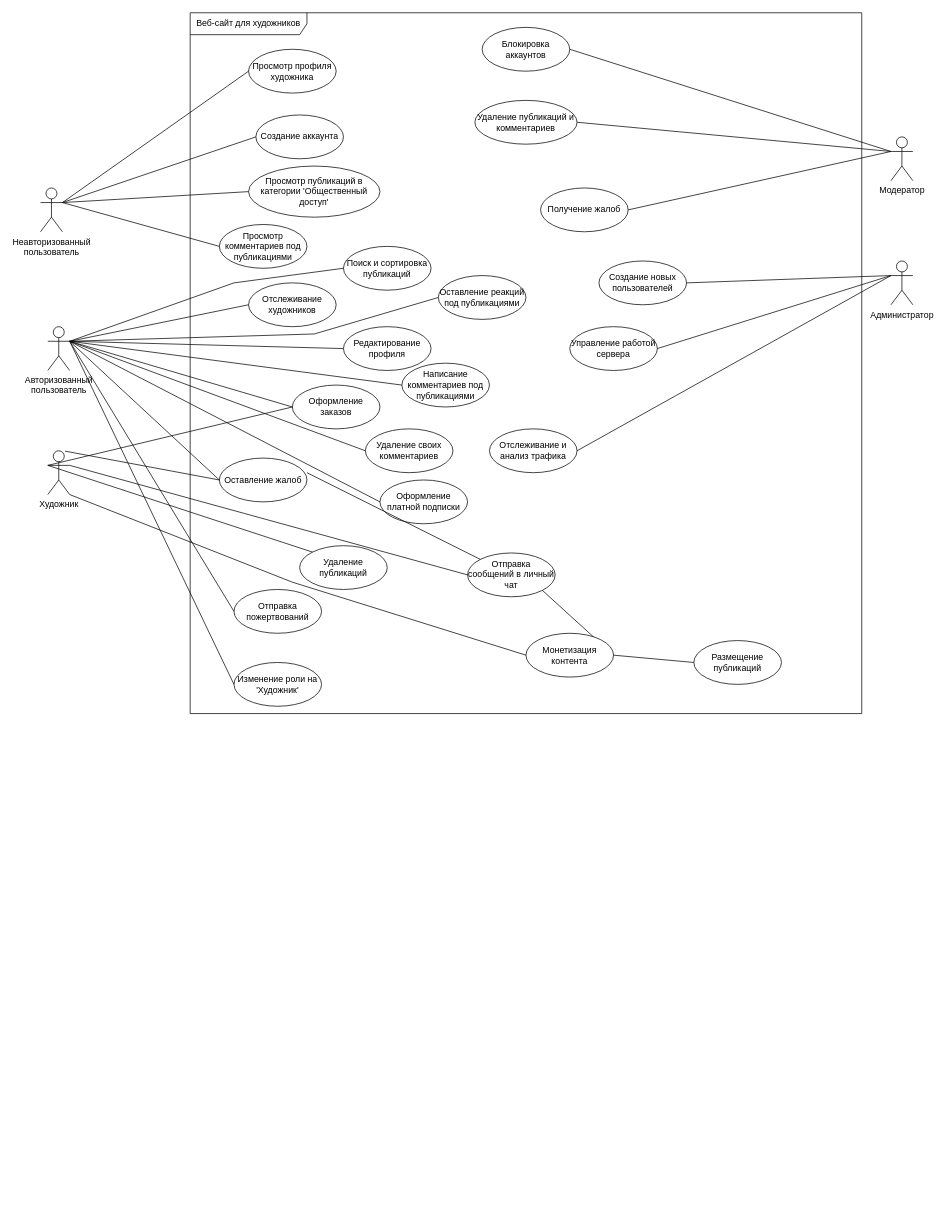
The draw.io diagram Diagrams/UseCaseNew.drawio in Laefye/neospiartion, before the edit. Source tidied: cells renumbered, new cells numbered last; positions are measured from the earlier drawing's top-left corner, leaving out a move shared by most shapes. Both pictures are drawn from the tidied source at 73%, with x=0, y=0 at pixel (40, 12).
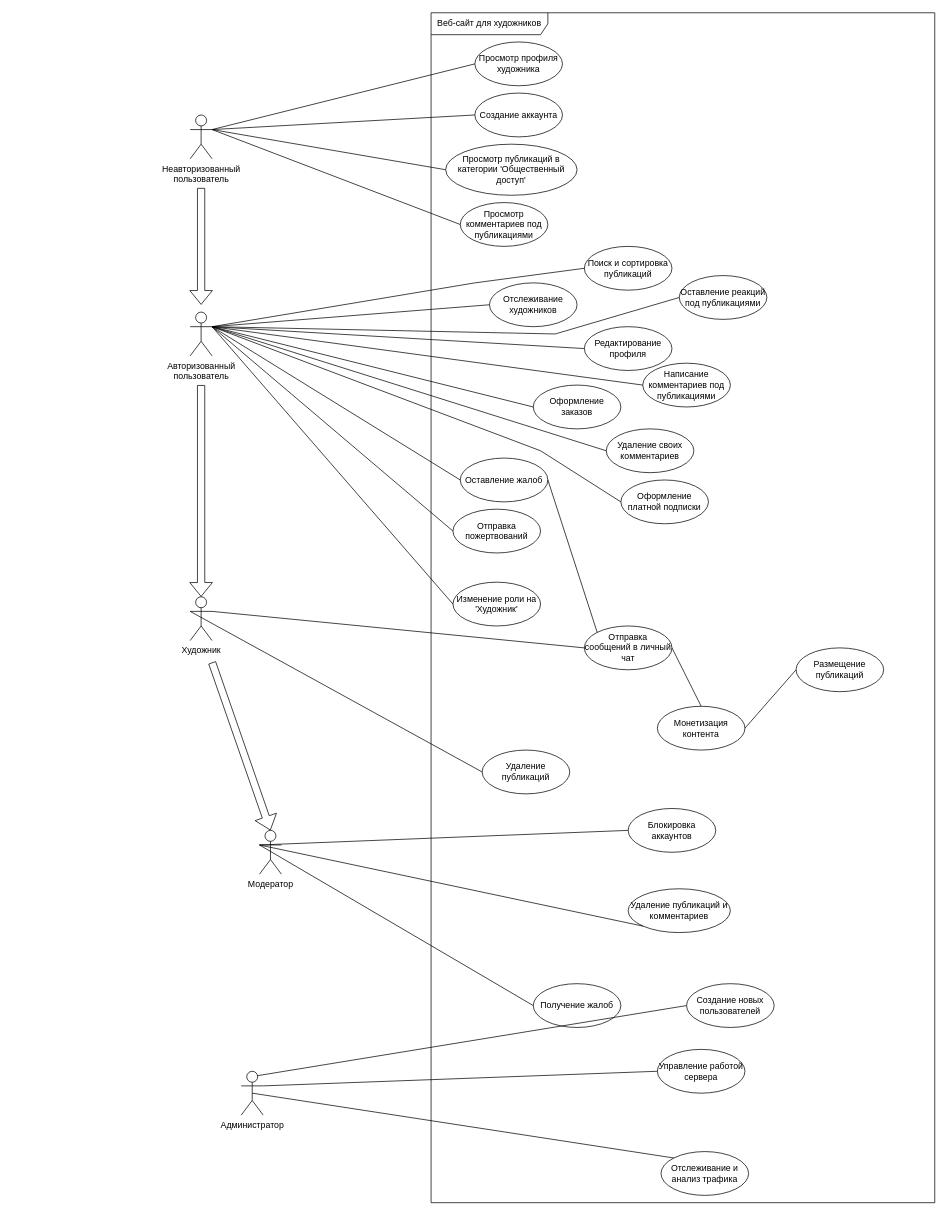
Above is the later version.

Unchanged cells that the change refers to:
```xml
<mxCell id="13" value="Оформление платной подписки" style="ellipse;whiteSpace=wrap;html=1;" parent="7" vertex="1">
  <mxGeometry x="260" y="640" width="120" height="60" as="geometry" />
</mxCell>
<mxCell id="14" value="Оставление реакций под публикациями" style="ellipse;whiteSpace=wrap;html=1;" parent="7" vertex="1">
  <mxGeometry x="340" y="360" width="120" height="60" as="geometry" />
</mxCell>
<mxCell id="18" value="Поиск и сортировка публикаций" style="ellipse;whiteSpace=wrap;html=1;" parent="7" vertex="1">
  <mxGeometry x="210" y="320" width="120" height="60" as="geometry" />
</mxCell>
<mxCell id="29" value="Оформление заказов" style="ellipse;whiteSpace=wrap;html=1;" parent="7" vertex="1">
  <mxGeometry x="140" y="510" width="120" height="60" as="geometry" />
</mxCell>
<mxCell id="30" value="Оставление жалоб" style="ellipse;whiteSpace=wrap;html=1;" parent="7" vertex="1">
  <mxGeometry x="40" y="610" width="120" height="60" as="geometry" />
</mxCell>
```

What changed in the source:
```diff
@@
     <mxCell id="2" value="Неавторизованный&#10;пользователь" style="shape=umlActor;verticalLabelPosition=bottom;verticalAlign=top;html=1;" parent="1" vertex="1">
-      <mxGeometry y="240" width="30" height="60" as="geometry" />
+      <mxGeometry x="205" y="140" width="30" height="60" as="geometry" />
     </mxCell>
     <mxCell id="3" value="Авторизованный&#10;пользователь" style="shape=umlActor;verticalLabelPosition=bottom;verticalAlign=top;html=1;" parent="1" vertex="1">
-      <mxGeometry x="10" y="430" width="30" height="60" as="geometry" />
+      <mxGeometry x="205" y="410" width="30" height="60" as="geometry" />
     </mxCell>
     <mxCell id="4" value="Художник" style="shape=umlActor;verticalLabelPosition=bottom;verticalAlign=top;html=1;" parent="1" vertex="1">
-      <mxGeometry x="10" y="600" width="30" height="60" as="geometry" />
+      <mxGeometry x="205" y="800" width="30" height="60" as="geometry" />
     </mxCell>
-    <mxCell id="5" value="Модератор" style="shape=umlActor;verticalLabelPosition=bottom;verticalAlign=top;html=1;" parent="1" vertex="1">
-      <mxGeometry x="1165" y="170" width="30" height="60" as="geometry" />
-    </mxCell>
     <mxCell id="6" value="Администратор" style="shape=umlActor;verticalLabelPosition=bottom;verticalAlign=top;html=1;" parent="1" vertex="1">
-      <mxGeometry x="1165" y="340" width="30" height="60" as="geometry" />
+      <mxGeometry x="275" y="1450" width="30" height="60" as="geometry" />
     </mxCell>
     <mxCell id="7" value="Веб-сайт для художников" style="shape=umlFrame;whiteSpace=wrap;html=1;width=160;height=30;" parent="1" vertex="1">
-      <mxGeometry x="205" width="920" height="960" as="geometry" />
+      <mxGeometry x="535" width="690" height="1630" as="geometry" />
     </mxCell>
     <mxCell id="8" value="Просмотр профиля художника" style="ellipse;whiteSpace=wrap;html=1;" parent="7" vertex="1">
-      <mxGeometry x="80" y="50" width="120" height="60" as="geometry" />
+      <mxGeometry x="60" y="40" width="120" height="60" as="geometry" />
     </mxCell>
     <mxCell id="9" value="Просмотр публикаций в категории 'Общественный доступ'" style="ellipse;whiteSpace=wrap;html=1;" parent="7" vertex="1">
-      <mxGeometry x="80" y="210" width="180" height="70" as="geometry" />
+      <mxGeometry x="20" y="180" width="180" height="70" as="geometry" />
     </mxCell>
     <mxCell id="10" value="Просмотр комментариев под публикациями" style="ellipse;whiteSpace=wrap;html=1;" parent="7" vertex="1">
-      <mxGeometry x="40" y="290" width="120" height="60" as="geometry" />
+      <mxGeometry x="40" y="260" width="120" height="60" as="geometry" />
     </mxCell>
     <mxCell id="11" value="Создание аккаунта" style="ellipse;whiteSpace=wrap;html=1;" parent="7" vertex="1">
-      <mxGeometry x="90" y="140" width="120" height="60" as="geometry" />
+      <mxGeometry x="60" y="110" width="120" height="60" as="geometry" />
     </mxCell>
@@
     <mxCell id="15" value="Изменение роли на 'Художник'" style="ellipse;whiteSpace=wrap;html=1;" parent="7" vertex="1">
-      <mxGeometry x="60" y="890" width="120" height="60" as="geometry" />
+      <mxGeometry x="30" y="780" width="120" height="60" as="geometry" />
     </mxCell>
@@
     <mxCell id="19" value="Отправка пожертвований" style="ellipse;whiteSpace=wrap;html=1;" parent="7" vertex="1">
-      <mxGeometry x="60" y="790" width="120" height="60" as="geometry" />
+      <mxGeometry x="30" y="680" width="120" height="60" as="geometry" />
     </mxCell>
@@
-    <mxCell id="21" value="Удаление публикаций" style="ellipse;whiteSpace=wrap;html=1;" parent="7" vertex="1">
-      <mxGeometry x="150" y="730" width="120" height="60" as="geometry" />
-    </mxCell>
-    <mxCell id="22" value="Блокировка аккаунтов" style="ellipse;whiteSpace=wrap;html=1;" parent="7" vertex="1">
-      <mxGeometry x="400" y="20" width="120" height="60" as="geometry" />
-    </mxCell>
-    <mxCell id="23" value="Получение жалоб" style="ellipse;whiteSpace=wrap;html=1;" parent="7" vertex="1">
-      <mxGeometry x="480" y="240" width="120" height="60" as="geometry" />
-    </mxCell>
-    <mxCell id="24" value="Удаление публикаций и комментариев" style="ellipse;whiteSpace=wrap;html=1;" parent="7" vertex="1">
-      <mxGeometry x="390" y="120" width="140" height="60" as="geometry" />
-    </mxCell>
     <mxCell id="25" value="Управление работой сервера" style="ellipse;whiteSpace=wrap;html=1;" parent="7" vertex="1">
-      <mxGeometry x="520" y="430" width="120" height="60" as="geometry" />
+      <mxGeometry x="310" y="1420" width="120" height="60" as="geometry" />
     </mxCell>
     <mxCell id="26" value="Отслеживание и анализ трафика" style="ellipse;whiteSpace=wrap;html=1;" parent="7" vertex="1">
-      <mxGeometry x="410" y="570" width="120" height="60" as="geometry" />
+      <mxGeometry x="315" y="1560" width="120" height="60" as="geometry" />
     </mxCell>
     <mxCell id="27" value="Создание новых пользователей" style="ellipse;whiteSpace=wrap;html=1;" parent="7" vertex="1">
-      <mxGeometry x="560" y="340" width="120" height="60" as="geometry" />
+      <mxGeometry x="350" y="1330" width="120" height="60" as="geometry" />
     </mxCell>
-    <mxCell id="28" value="Отправка сообщений в личный чат" style="ellipse;whiteSpace=wrap;html=1;" parent="7" vertex="1">
-      <mxGeometry x="380" y="740" width="120" height="60" as="geometry" />
-    </mxCell>
@@
+    <mxCell id="59" value="Монетизация контента" style="ellipse;whiteSpace=wrap;html=1;" parent="7" vertex="1">
+      <mxGeometry x="310" y="950" width="120" height="60" as="geometry" />
+    </mxCell>
+    <mxCell id="60" value="Размещение публикаций" style="ellipse;whiteSpace=wrap;html=1;" parent="7" vertex="1">
+      <mxGeometry x="500" y="870" width="120" height="60" as="geometry" />
+    </mxCell>
+    <mxCell id="28" value="Отправка сообщений в личный чат" style="ellipse;whiteSpace=wrap;html=1;" parent="7" vertex="1">
+      <mxGeometry x="210" y="840" width="120" height="60" as="geometry" />
+    </mxCell>
-    <mxCell id="31" style="endArrow=none;html=1;rounded=0;exitX=1;exitY=0.3333333333333333;exitDx=0;exitDy=0;exitPerimeter=0;entryX=0;entryY=0;entryDx=0;entryDy=0;" parent="7" edge="1" source="30" target="28">
+    <mxCell id="31" style="endArrow=none;html=1;rounded=0;exitX=1;exitY=0.5;exitDx=0;exitDy=0;entryX=0;entryY=0;entryDx=0;entryDy=0;" parent="7" edge="1" source="30" target="28">
       <mxGeometry relative="1" as="geometry" />
     </mxCell>
+    <mxCell id="49" style="endArrow=none;html=1;rounded=0;exitX=1;exitY=0.5;exitDx=0;exitDy=0;entryX=0.5;entryY=0;entryDx=0;entryDy=0;" parent="7" edge="1" source="28" target="59">
+      <mxGeometry relative="1" as="geometry" />
+    </mxCell>
+    <mxCell id="23" value="Получение жалоб" style="ellipse;whiteSpace=wrap;html=1;" parent="7" vertex="1">
+      <mxGeometry x="140" y="1330" width="120" height="60" as="geometry" />
+    </mxCell>
+    <mxCell id="24" value="Удаление публикаций и комментариев" style="ellipse;whiteSpace=wrap;html=1;" parent="7" vertex="1">
+      <mxGeometry x="270" y="1200" width="140" height="60" as="geometry" />
+    </mxCell>
+    <mxCell id="22" value="Блокировка аккаунтов" style="ellipse;whiteSpace=wrap;html=1;" parent="7" vertex="1">
+      <mxGeometry x="270" y="1090" width="120" height="60" as="geometry" />
+    </mxCell>
@@
     <mxCell id="37" style="endArrow=none;html=1;rounded=0;exitX=1;exitY=0.3333333333333333;exitDx=0;exitDy=0;exitPerimeter=0;entryX=0;entryY=0.5;entryDx=0;entryDy=0;" parent="1" edge="1" source="3" target="13">
-      <mxGeometry relative="1" as="geometry" />
+      <mxGeometry relative="1" as="geometry">
+        <Array as="points">
+          <mxPoint x="685" y="600" />
+        </Array>
+      </mxGeometry>
     </mxCell>
     <mxCell id="38" style="endArrow=none;html=1;rounded=0;exitX=1;exitY=0.3333333333333333;exitDx=0;exitDy=0;exitPerimeter=0;entryX=0;entryY=0.5;entryDx=0;entryDy=0;" parent="1" edge="1" source="3" target="14">
       <mxGeometry relative="1" as="geometry">
         <Array as="points">
-          <mxPoint x="375" y="440" />
+          <mxPoint x="705" y="440" />
         </Array>
       </mxGeometry>
     </mxCell>
@@
     <mxCell id="43" style="endArrow=none;html=1;rounded=0;exitX=1;exitY=0.3333333333333333;exitDx=0;exitDy=0;exitPerimeter=0;entryX=0;entryY=0.5;entryDx=0;entryDy=0;" parent="1" edge="1" source="3" target="18">
       <mxGeometry relative="1" as="geometry">
         <Array as="points">
-          <mxPoint x="265" y="370" />
+          <mxPoint x="595" y="370" />
         </Array>
       </mxGeometry>
     </mxCell>
@@
-    <mxCell id="47" style="endArrow=none;html=1;rounded=0;exitX=1;exitY=0.5;exitDx=0;exitDy=0;entryX=0;entryY=0.5;entryDx=0;entryDy=0;" parent="1" edge="1" source="59" target="60">
-      <mxGeometry relative="1" as="geometry" />
+    <mxCell id="47" style="endArrow=none;html=1;rounded=0;entryX=0;entryY=0.5;entryDx=0;entryDy=0;" parent="1" edge="1" target="60">
+      <mxGeometry relative="1" as="geometry">
+        <mxPoint x="965" y="980" as="sourcePoint" />
+      </mxGeometry>
     </mxCell>
-    <mxCell id="48" style="endArrow=none;html=1;rounded=0;exitX=0;exitY=0.3333333333333333;exitDx=0;exitDy=0;exitPerimeter=0;entryX=0;entryY=0;entryDx=0;entryDy=0;" parent="1" edge="1" source="4" target="21">
+    <mxCell id="48" style="endArrow=none;html=1;rounded=0;exitX=0;exitY=0.3333333333333333;exitDx=0;exitDy=0;exitPerimeter=0;entryX=0;entryY=0.5;entryDx=0;entryDy=0;" parent="1" edge="1" source="4" target="21">
       <mxGeometry relative="1" as="geometry" />
     </mxCell>
-    <mxCell id="49" style="endArrow=none;html=1;rounded=0;exitX=1;exitY=1;exitDx=0;exitDy=0;entryX=1;entryY=0.5;entryDx=0;entryDy=0;" parent="1" edge="1" source="28" target="59">
-      <mxGeometry relative="1" as="geometry" />
-    </mxCell>
-    <mxCell id="50" style="endArrow=none;html=1;rounded=0;exitX=0;exitY=0.3333333333333333;exitDx=0;exitDy=0;exitPerimeter=0;entryX=1;entryY=0.5;entryDx=0;entryDy=0;" parent="1" edge="1" source="5" target="22">
-      <mxGeometry relative="1" as="geometry" />
-    </mxCell>
-    <mxCell id="51" style="endArrow=none;html=1;rounded=0;exitX=0;exitY=0.3333333333333333;exitDx=0;exitDy=0;exitPerimeter=0;entryX=1;entryY=0.5;entryDx=0;entryDy=0;" parent="1" edge="1" source="5" target="23">
-      <mxGeometry relative="1" as="geometry" />
-    </mxCell>
-    <mxCell id="52" style="endArrow=none;html=1;rounded=0;exitX=0;exitY=0.3333333333333333;exitDx=0;exitDy=0;exitPerimeter=0;entryX=1;entryY=0.5;entryDx=0;entryDy=0;" parent="1" edge="1" source="5" target="24">
-      <mxGeometry relative="1" as="geometry" />
-    </mxCell>
-    <mxCell id="53" style="endArrow=none;html=1;rounded=0;exitX=0;exitY=0.3333333333333333;exitDx=0;exitDy=0;exitPerimeter=0;entryX=1;entryY=0.5;entryDx=0;entryDy=0;" parent="1" edge="1" source="6" target="25">
+    <mxCell id="53" style="endArrow=none;html=1;rounded=0;entryX=0;entryY=0.5;entryDx=0;entryDy=0;exitX=1;exitY=0.3333333333333333;exitDx=0;exitDy=0;exitPerimeter=0;" parent="1" edge="1" source="6" target="25">
       <mxGeometry relative="1" as="geometry" />
     </mxCell>
-    <mxCell id="54" style="endArrow=none;html=1;rounded=0;exitX=0;exitY=0.3333333333333333;exitDx=0;exitDy=0;exitPerimeter=0;entryX=1;entryY=0.5;entryDx=0;entryDy=0;" parent="1" edge="1" source="6" target="26">
+    <mxCell id="54" style="endArrow=none;html=1;rounded=0;exitX=0.5;exitY=0.5;exitDx=0;exitDy=0;exitPerimeter=0;entryX=0;entryY=0;entryDx=0;entryDy=0;" parent="1" edge="1" source="6" target="26">
       <mxGeometry relative="1" as="geometry" />
     </mxCell>
-    <mxCell id="55" style="endArrow=none;html=1;rounded=0;exitX=0;exitY=0.3333333333333333;exitDx=0;exitDy=0;exitPerimeter=0;entryX=1;entryY=0.5;entryDx=0;entryDy=0;" parent="1" edge="1" source="6" target="27">
+    <mxCell id="55" style="endArrow=none;html=1;rounded=0;exitX=0.75;exitY=0.1;exitDx=0;exitDy=0;exitPerimeter=0;entryX=0;entryY=0.5;entryDx=0;entryDy=0;" parent="1" edge="1" source="6" target="27">
       <mxGeometry relative="1" as="geometry" />
     </mxCell>
-    <mxCell id="56" style="endArrow=none;html=1;rounded=0;exitX=0;exitY=0.3333333333333333;exitDx=0;exitDy=0;exitPerimeter=0;entryX=0;entryY=0.5;entryDx=0;entryDy=0;" parent="1" edge="1" source="4" target="29">
-      <mxGeometry relative="1" as="geometry" />
-    </mxCell>
-    <mxCell id="57" style="endArrow=none;html=1;rounded=0;exitX=1;exitY=0.3333333333333333;exitDx=0;exitDy=0;exitPerimeter=0;" parent="1" edge="1" source="4">
-      <mxGeometry relative="1" as="geometry">
-        <mxPoint x="585" y="770" as="targetPoint" />
-      </mxGeometry>
+    <mxCell id="57" style="endArrow=none;html=1;rounded=0;exitX=1;exitY=0.3333333333333333;exitDx=0;exitDy=0;exitPerimeter=0;entryX=0;entryY=0.5;entryDx=0;entryDy=0;" parent="1" edge="1" source="4" target="28">
+      <mxGeometry relative="1" as="geometry" />
     </mxCell>
-    <mxCell id="58" style="endArrow=none;html=1;rounded=0;exitX=1;exitY=1;exitDx=0;exitDy=0;exitPerimeter=0;entryX=0;entryY=0.5;entryDx=0;entryDy=0;" parent="1" edge="1" source="4" target="59">
-      <mxGeometry relative="1" as="geometry">
-        <Array as="points">
-          <mxPoint x="345" y="780" />
-        </Array>
-      </mxGeometry>
-    </mxCell>
-    <mxCell id="59" value="Монетизация контента" style="ellipse;whiteSpace=wrap;html=1;" parent="1" vertex="1">
-      <mxGeometry x="665" y="850" width="120" height="60" as="geometry" />
-    </mxCell>
-    <mxCell id="60" value="Размещение публикаций" style="ellipse;whiteSpace=wrap;html=1;" parent="1" vertex="1">
-      <mxGeometry x="895" y="860" width="120" height="60" as="geometry" />
-    </mxCell>
-    <mxCell id="61" style="endArrow=none;html=1;rounded=0;exitX=0.788;exitY=0.008;exitDx=0;exitDy=0;exitPerimeter=0;" parent="1" edge="1" source="4">
+    <mxCell id="61" style="shape=flexArrow;endArrow=classic;html=1;entryX=0.5;entryY=0;entryDx=0;entryDy=0;entryPerimeter=0;" parent="1" edge="1" target="4">
       <mxGeometry relative="1" as="geometry">
-        <mxPoint x="245" y="640" as="targetPoint" />
+        <mxPoint x="220" y="510" as="sourcePoint" />
       </mxGeometry>
     </mxCell>
+    <mxCell id="62" style="shape=flexArrow;endArrow=classic;html=1;" parent="1" edge="1">
+      <mxGeometry relative="1" as="geometry">
+        <mxPoint x="220" y="240" as="sourcePoint" />
+        <mxPoint x="220" y="400" as="targetPoint" />
+      </mxGeometry>
+    </mxCell>
+    <mxCell id="21" value="Удаление публикаций" style="ellipse;whiteSpace=wrap;html=1;" parent="1" vertex="1">
+      <mxGeometry x="605" y="1010" width="120" height="60" as="geometry" />
+    </mxCell>
+    <mxCell id="5" value="Модератор" style="shape=umlActor;verticalLabelPosition=bottom;verticalAlign=top;html=1;" parent="1" vertex="1">
+      <mxGeometry x="300" y="1120" width="30" height="60" as="geometry" />
+    </mxCell>
+    <mxCell id="50" style="endArrow=none;html=1;rounded=0;exitX=0;exitY=0.3333333333333333;exitDx=0;exitDy=0;exitPerimeter=0;entryX=0;entryY=0.5;entryDx=0;entryDy=0;" parent="1" edge="1" source="5" target="22">
+      <mxGeometry relative="1" as="geometry" />
+    </mxCell>
+    <mxCell id="52" style="endArrow=none;html=1;rounded=0;exitX=0;exitY=0.3333333333333333;exitDx=0;exitDy=0;exitPerimeter=0;entryX=0;entryY=1;entryDx=0;entryDy=0;" parent="1" edge="1" source="5" target="24">
+      <mxGeometry relative="1" as="geometry" />
+    </mxCell>
+    <mxCell id="51" style="endArrow=none;html=1;rounded=0;exitX=0;exitY=0.3333333333333333;exitDx=0;exitDy=0;exitPerimeter=0;entryX=0;entryY=0.5;entryDx=0;entryDy=0;" parent="1" edge="1" source="5" target="23">
+      <mxGeometry relative="1" as="geometry" />
+    </mxCell>
+    <mxCell id="63" style="shape=flexArrow;endArrow=classic;html=1;" parent="1" edge="1">
+      <mxGeometry relative="1" as="geometry">
+        <mxPoint x="235" y="890" as="sourcePoint" />
+        <mxPoint x="315" y="1120" as="targetPoint" />
+      </mxGeometry>
+    </mxCell>
```
